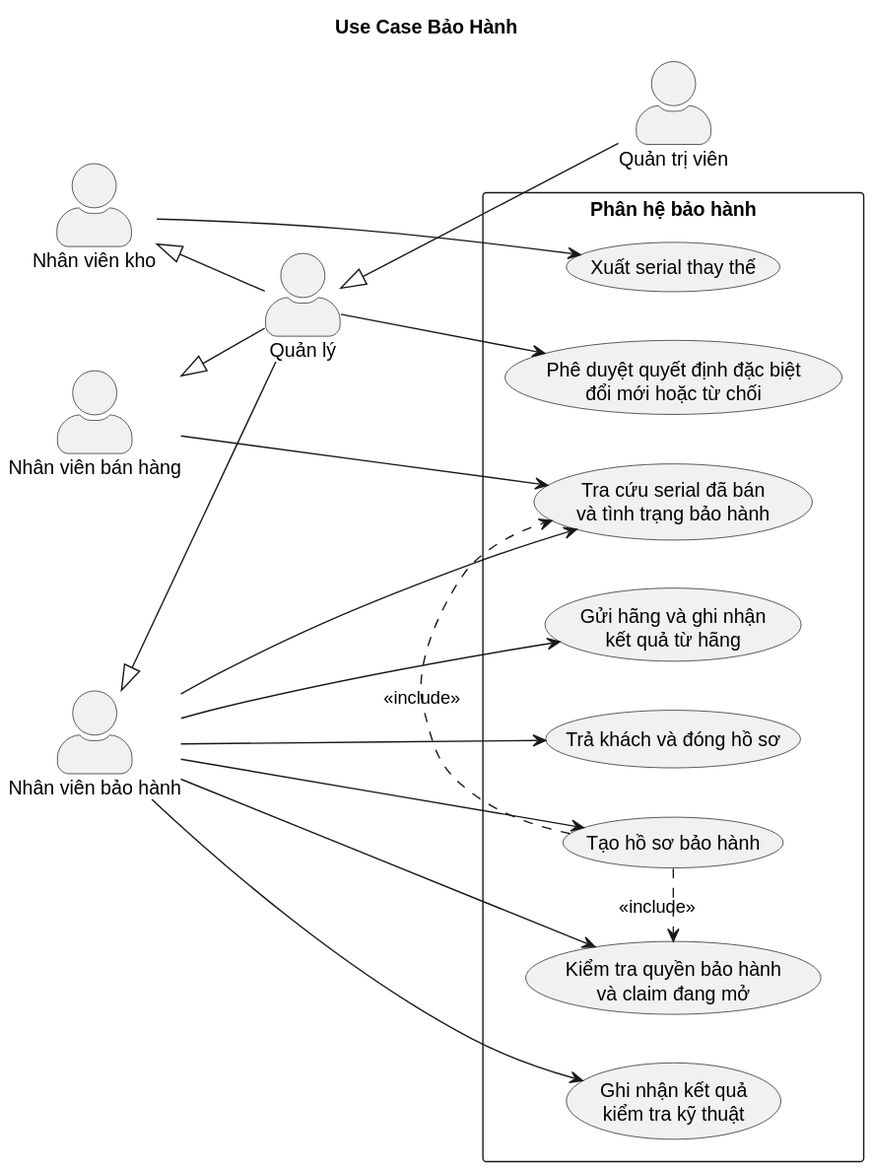
The PlantUML diagram Diagram/plantuml-svg/UseCase_BaoHanh.svg in TheGiver262/WarePro, before a commit.
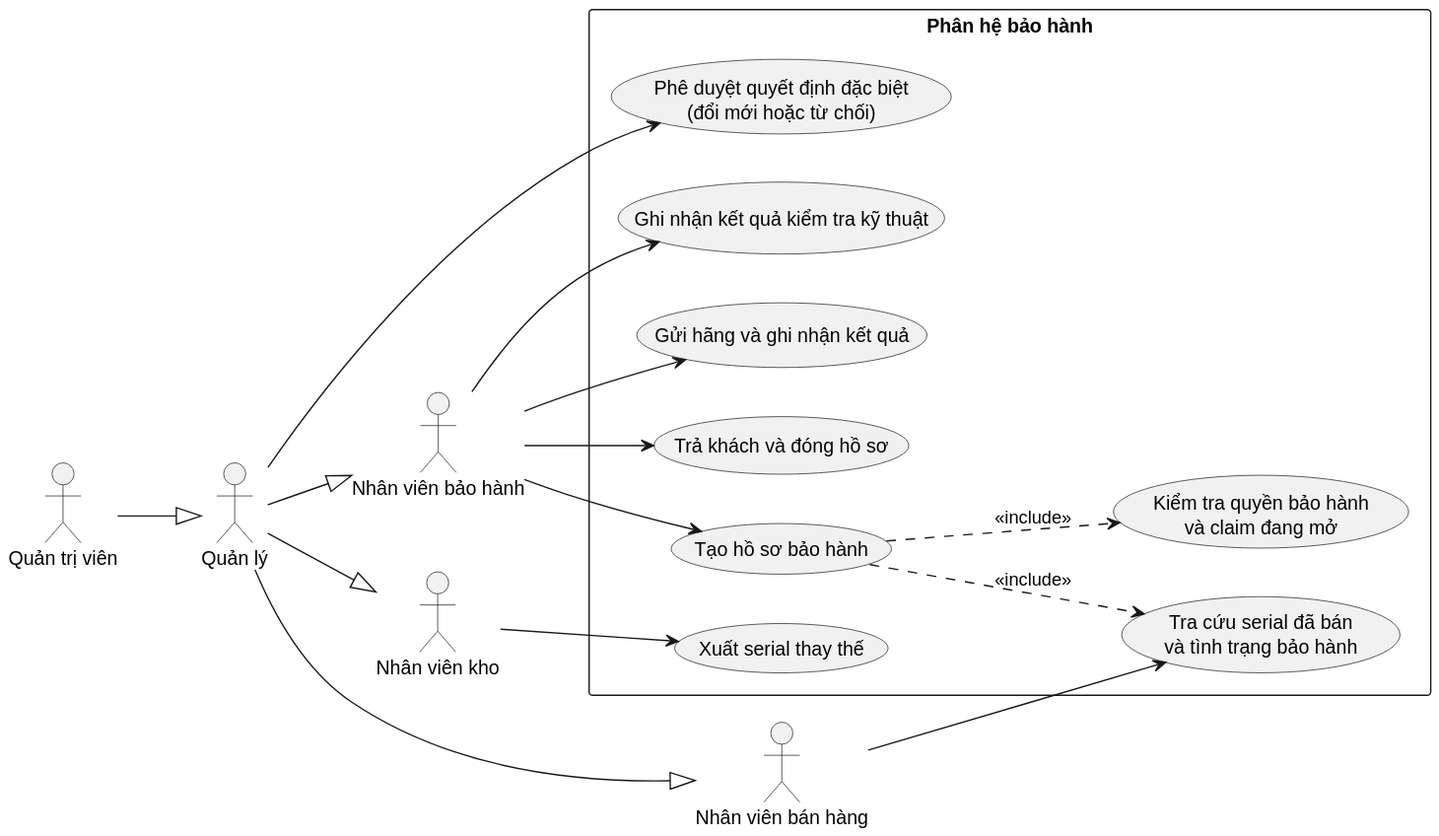
The same diagram one commit later.

What changed in the source:
```diff
@@ -1,9 +1,6 @@
 @startuml
-title Use Case Bảo Hành
 left to right direction
-skinparam packageStyle rectangle
-skinparam actorStyle awesome
-skinparam shadowing false
+skinparam packageStyle rect
 
 actor "Quản trị viên" as Admin
 actor "Quản lý" as Manager
@@ -11,31 +8,31 @@
 actor "Nhân viên kho" as Storekeeper
 actor "Nhân viên bán hàng" as Salesman
 
-Manager <|-- Admin
-Technician <|-- Manager
-Storekeeper <|-- Manager
-Salesman <|-- Manager
+Admin --|> Manager
+Manager --|> Technician
+Manager --|> Storekeeper
+Manager --|> Salesman
 
 rectangle "Phân hệ bảo hành" {
-  usecase "Tra cứu serial đã bán\nvà tình trạng bảo hành" as UC1
-  usecase "Kiểm tra quyền bảo hành\nvà claim đang mở" as UC2
-  usecase "Tạo hồ sơ bảo hành" as UC3
-  usecase "Ghi nhận kết quả\nkiểm tra kỹ thuật" as UC4
-  usecase "Phê duyệt quyết định đặc biệt\nđổi mới hoặc từ chối" as UC5
-  usecase "Gửi hãng và ghi nhận\nkết quả từ hãng" as UC6
-  usecase "Xuất serial thay thế" as UC7
-  usecase "Trả khách và đóng hồ sơ" as UC8
+    usecase "Tra cứu serial đã bán\nvà tình trạng bảo hành" as UC1
+    usecase "Kiểm tra quyền bảo hành\nvà claim đang mở" as UC2
+    usecase "Tạo hồ sơ bảo hành" as UC3
+    usecase "Ghi nhận kết quả kiểm tra kỹ thuật" as UC4
+    usecase "Phê duyệt quyết định đặc biệt\n(đổi mới hoặc từ chối)" as UC5
+    usecase "Gửi hãng và ghi nhận kết quả" as UC6
+    usecase "Xuất serial thay thế" as UC7
+    usecase "Trả khách và đóng hồ sơ" as UC8
 }
 
-Technician --> UC1
-Technician --> UC2
 Technician --> UC3
 Technician --> UC4
 Technician --> UC6
 Technician --> UC8
+
 Storekeeper --> UC7
 Salesman --> UC1
 Manager --> UC5
-UC3 .> UC1 : <<include>>
-UC3 .> UC2 : <<include>>
+
+UC3 ..> UC1 : <<include>>
+UC3 ..> UC2 : <<include>>
 @enduml
```
